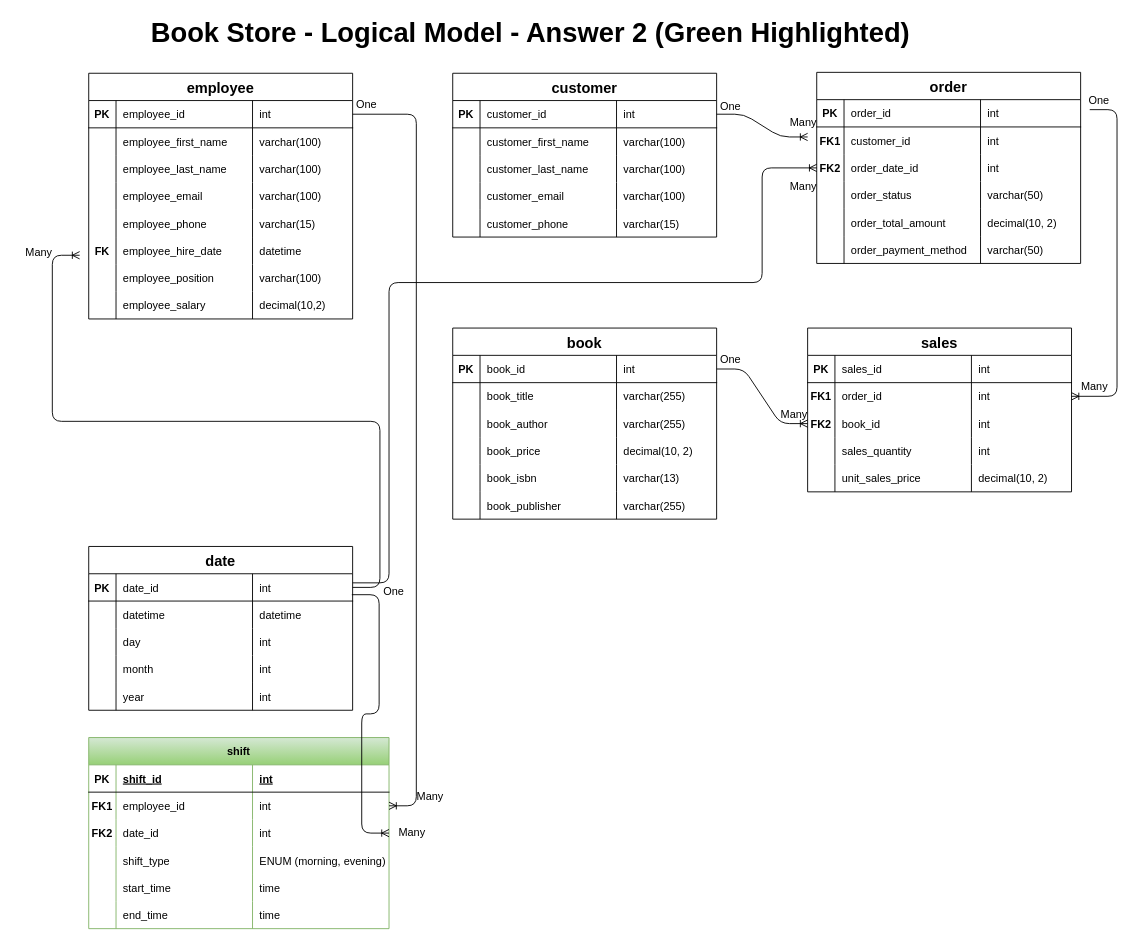
The draw.io diagram 02_activities/assignments/model-design.drawio in mehulptech/sql, before the edit. Source tidied: cells renumbered, new cells numbered last; positions are measured from the earlier drawing's top-left corner, leaving out a move shared by most shapes. Both pictures are drawn from the tidied source at 91%, with x=0, y=0 at pixel (15, 18).
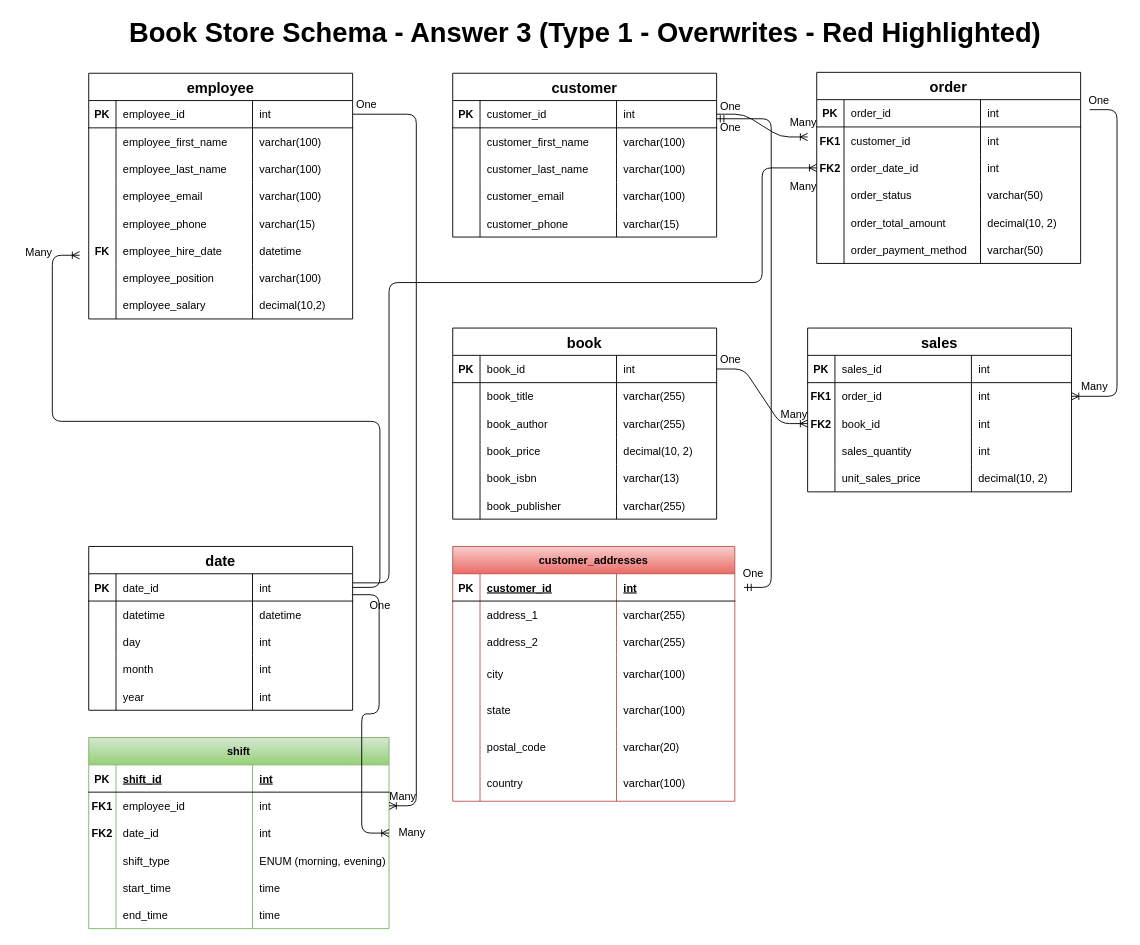
The same page after the edit.

Commit message (it also covers changes not shown here):
Submitting SQL >> Assignment >> Answer 3 >> Type 1

Unchanged cells that the change refers to:
```xml
<mxCell id="152" value="&lt;font style=&quot;font-size: 12px;&quot;&gt;One&lt;/font&gt;" style="text;html=1;align=center;verticalAlign=middle;points=[];strokeColor=none;fillColor=none;fontSize=16;" parent="3" vertex="1">
  <mxGeometry x="760" y="80" width="50" height="30" as="geometry" />
</mxCell>
```

What changed in the source:
```diff
@@
-    <mxCell id="2" value="&lt;font style=&quot;font-size: 30px;&quot;&gt;&lt;b&gt;&amp;nbsp;Book Store - Logical Model - Answer 2 (Green Highlighted)&lt;/b&gt;&lt;/font&gt;" style="text;html=1;strokeColor=none;fillColor=none;align=center;verticalAlign=middle;whiteSpace=wrap;rounded=0;" parent="1" vertex="1">
-      <mxGeometry x="73" width="977" height="30" as="geometry" />
+    <mxCell id="2" value="&lt;font style=&quot;font-size: 30px;&quot;&gt;&lt;b&gt;&amp;nbsp;Book Store Schema - Answer 3 (Type 1 - Overwrites - Red Highlighted)&lt;/b&gt;&lt;/font&gt;" style="text;html=1;strokeColor=none;fillColor=none;align=center;verticalAlign=middle;whiteSpace=wrap;rounded=0;" parent="1" vertex="1">
+      <mxGeometry x="73" width="1097" height="30" as="geometry" />
     </mxCell>
@@
     <mxCell id="189" value="Many" style="text;html=1;align=center;verticalAlign=middle;strokeColor=none;fillColor=none;fontSize=12;" parent="3" vertex="1">
-      <mxGeometry x="430" y="840" width="50" height="30" as="geometry" />
+      <mxGeometry x="400" y="840" width="50" height="30" as="geometry" />
     </mxCell>
@@
     <mxCell id="191" value="One" style="text;html=1;align=center;verticalAlign=middle;strokeColor=none;fillColor=none;fontSize=12;" parent="3" vertex="1">
-      <mxGeometry x="390" y="615" width="50" height="30" as="geometry" />
+      <mxGeometry x="375" y="630" width="50" height="30" as="geometry" />
     </mxCell>
@@
+    <mxCell id="194" value="customer_addresses" style="shape=table;startSize=30;childLayout=tableLayout;rowLines=0;fontStyle=1;align=center;strokeColor=#b85450;fontSize=12;fillColor=#f8cecc;gradientColor=#ea6b66;" parent="3" vertex="1">
+      <mxGeometry x="480" y="580" width="310" height="280" as="geometry" />
+    </mxCell>
+    <mxCell id="195" style="shape=tableRow;horizontal=0;startSize=0;swimlaneHead=0;swimlaneBody=0;fillColor=none;top=0;left=0;right=0;bottom=1;strokeColor=#000000;fontSize=12;" parent="194" vertex="1">
+      <mxGeometry y="30" width="310" height="30" as="geometry" />
+    </mxCell>
+    <mxCell id="196" value="PK" style="shape=partialRectangle;fillColor=none;top=0;left=0;bottom=0;right=0;fontStyle=1;overflow=hidden;strokeColor=#000000;fontSize=12;" parent="195" vertex="1">
+      <mxGeometry width="30" height="30" as="geometry" />
+    </mxCell>
+    <mxCell id="197" value="customer_id" style="shape=partialRectangle;fillColor=none;top=0;left=0;bottom=0;right=0;align=left;spacingLeft=6;fontStyle=5;overflow=hidden;strokeColor=#000000;fontSize=12;" parent="195" vertex="1">
+      <mxGeometry x="30" width="150" height="30" as="geometry" />
+    </mxCell>
+    <mxCell id="198" value="int" style="shape=partialRectangle;fillColor=none;top=0;left=0;bottom=0;right=0;align=left;spacingLeft=6;fontStyle=5;overflow=hidden;strokeColor=#000000;fontSize=12;" parent="195" vertex="1">
+      <mxGeometry x="180" width="130" height="30" as="geometry" />
+    </mxCell>
+    <mxCell id="199" style="shape=tableRow;horizontal=0;startSize=0;swimlaneHead=0;swimlaneBody=0;fillColor=none;top=0;left=0;right=0;bottom=0;strokeColor=#000000;fontSize=12;" parent="194" vertex="1">
+      <mxGeometry y="60" width="310" height="30" as="geometry" />
+    </mxCell>
+    <mxCell id="200" style="shape=partialRectangle;fillColor=none;top=0;left=0;bottom=0;right=0;overflow=hidden;strokeColor=#000000;fontSize=12;" parent="199" vertex="1">
+      <mxGeometry width="30" height="30" as="geometry" />
+    </mxCell>
+    <mxCell id="201" value="address_1" style="shape=partialRectangle;fillColor=none;top=0;left=0;bottom=0;right=0;align=left;spacingLeft=6;overflow=hidden;strokeColor=#000000;fontSize=12;" parent="199" vertex="1">
+      <mxGeometry x="30" width="150" height="30" as="geometry" />
+    </mxCell>
+    <mxCell id="202" value="varchar(255)" style="shape=partialRectangle;fillColor=none;top=0;left=0;bottom=0;right=0;align=left;spacingLeft=6;overflow=hidden;strokeColor=#000000;fontSize=12;" parent="199" vertex="1">
+      <mxGeometry x="180" width="130" height="30" as="geometry" />
+    </mxCell>
+    <mxCell id="203" style="shape=tableRow;horizontal=0;startSize=0;swimlaneHead=0;swimlaneBody=0;fillColor=none;top=0;left=0;right=0;bottom=0;strokeColor=#000000;fontSize=12;" parent="194" vertex="1">
+      <mxGeometry y="90" width="310" height="30" as="geometry" />
+    </mxCell>
+    <mxCell id="204" style="shape=partialRectangle;fillColor=none;top=0;left=0;bottom=0;right=0;overflow=hidden;strokeColor=#000000;fontSize=12;" parent="203" vertex="1">
+      <mxGeometry width="30" height="30" as="geometry" />
+    </mxCell>
+    <mxCell id="205" value="address_2" style="shape=partialRectangle;fillColor=none;top=0;left=0;bottom=0;right=0;align=left;spacingLeft=6;overflow=hidden;strokeColor=#000000;fontSize=12;" parent="203" vertex="1">
+      <mxGeometry x="30" width="150" height="30" as="geometry" />
+    </mxCell>
+    <mxCell id="206" value="varchar(255)" style="shape=partialRectangle;fillColor=none;top=0;left=0;bottom=0;right=0;align=left;spacingLeft=6;overflow=hidden;strokeColor=#000000;fontSize=12;" parent="203" vertex="1">
+      <mxGeometry x="180" width="130" height="30" as="geometry" />
+    </mxCell>
+    <mxCell id="207" style="shape=tableRow;horizontal=0;startSize=0;swimlaneHead=0;swimlaneBody=0;fillColor=none;top=0;left=0;right=0;bottom=0;strokeColor=#000000;fontSize=12;" parent="194" vertex="1">
+      <mxGeometry y="120" width="310" height="40" as="geometry" />
+    </mxCell>
+    <mxCell id="208" style="shape=partialRectangle;fillColor=none;top=0;left=0;bottom=0;right=0;overflow=hidden;strokeColor=#000000;fontSize=12;" parent="207" vertex="1">
+      <mxGeometry width="30" height="40" as="geometry" />
+    </mxCell>
+    <mxCell id="209" value="city" style="shape=partialRectangle;fillColor=none;top=0;left=0;bottom=0;right=0;align=left;spacingLeft=6;overflow=hidden;strokeColor=#000000;fontSize=12;" parent="207" vertex="1">
+      <mxGeometry x="30" width="150" height="40" as="geometry" />
+    </mxCell>
+    <mxCell id="210" value="varchar(100)" style="shape=partialRectangle;fillColor=none;top=0;left=0;bottom=0;right=0;align=left;spacingLeft=6;overflow=hidden;strokeColor=#000000;fontSize=12;" parent="207" vertex="1">
+      <mxGeometry x="180" width="130" height="40" as="geometry" />
+    </mxCell>
+    <mxCell id="211" style="shape=tableRow;horizontal=0;startSize=0;swimlaneHead=0;swimlaneBody=0;fillColor=none;top=0;left=0;right=0;bottom=0;strokeColor=#000000;fontSize=12;" parent="194" vertex="1">
+      <mxGeometry y="160" width="310" height="40" as="geometry" />
+    </mxCell>
+    <mxCell id="212" style="shape=partialRectangle;fillColor=none;top=0;left=0;bottom=0;right=0;overflow=hidden;strokeColor=#000000;fontSize=12;" parent="211" vertex="1">
+      <mxGeometry width="30" height="40" as="geometry" />
+    </mxCell>
+    <mxCell id="213" value="state    " style="shape=partialRectangle;fillColor=none;top=0;left=0;bottom=0;right=0;align=left;spacingLeft=6;overflow=hidden;strokeColor=#000000;fontSize=12;" parent="211" vertex="1">
+      <mxGeometry x="30" width="150" height="40" as="geometry" />
+    </mxCell>
+    <mxCell id="214" value="varchar(100)" style="shape=partialRectangle;fillColor=none;top=0;left=0;bottom=0;right=0;align=left;spacingLeft=6;overflow=hidden;strokeColor=#000000;fontSize=12;" parent="211" vertex="1">
+      <mxGeometry x="180" width="130" height="40" as="geometry" />
+    </mxCell>
+    <mxCell id="215" style="shape=tableRow;horizontal=0;startSize=0;swimlaneHead=0;swimlaneBody=0;fillColor=none;top=0;left=0;right=0;bottom=0;strokeColor=#000000;fontSize=12;" parent="194" vertex="1">
+      <mxGeometry y="200" width="310" height="40" as="geometry" />
+    </mxCell>
+    <mxCell id="216" style="shape=partialRectangle;fillColor=none;top=0;left=0;bottom=0;right=0;overflow=hidden;strokeColor=#000000;fontSize=12;" parent="215" vertex="1">
+      <mxGeometry width="30" height="40" as="geometry" />
+    </mxCell>
+    <mxCell id="217" value="postal_code" style="shape=partialRectangle;fillColor=none;top=0;left=0;bottom=0;right=0;align=left;spacingLeft=6;overflow=hidden;strokeColor=#000000;fontSize=12;" parent="215" vertex="1">
+      <mxGeometry x="30" width="150" height="40" as="geometry" />
+    </mxCell>
+    <mxCell id="218" value="varchar(20)" style="shape=partialRectangle;fillColor=none;top=0;left=0;bottom=0;right=0;align=left;spacingLeft=6;overflow=hidden;strokeColor=#000000;fontSize=12;" parent="215" vertex="1">
+      <mxGeometry x="180" width="130" height="40" as="geometry" />
+    </mxCell>
+    <mxCell id="219" style="shape=tableRow;horizontal=0;startSize=0;swimlaneHead=0;swimlaneBody=0;fillColor=none;top=0;left=0;right=0;bottom=0;strokeColor=#000000;fontSize=12;" parent="194" vertex="1">
+      <mxGeometry y="240" width="310" height="40" as="geometry" />
+    </mxCell>
+    <mxCell id="220" style="shape=partialRectangle;fillColor=none;top=0;left=0;bottom=0;right=0;overflow=hidden;strokeColor=#000000;fontSize=12;" parent="219" vertex="1">
+      <mxGeometry width="30" height="40" as="geometry" />
+    </mxCell>
+    <mxCell id="221" value="country" style="shape=partialRectangle;fillColor=none;top=0;left=0;bottom=0;right=0;align=left;spacingLeft=6;overflow=hidden;strokeColor=#000000;fontSize=12;" parent="219" vertex="1">
+      <mxGeometry x="30" width="150" height="40" as="geometry" />
+    </mxCell>
+    <mxCell id="222" value="varchar(100)" style="shape=partialRectangle;fillColor=none;top=0;left=0;bottom=0;right=0;align=left;spacingLeft=6;overflow=hidden;strokeColor=#000000;fontSize=12;" parent="219" vertex="1">
+      <mxGeometry x="180" width="130" height="40" as="geometry" />
+    </mxCell>
+    <mxCell id="223" style="edgeStyle=entityRelationEdgeStyle;fontSize=12;html=1;endArrow=ERmandOne;startArrow=ERmandOne;rounded=1;entryX=0.2;entryY=1;entryDx=0;entryDy=0;entryPerimeter=0;" parent="3" edge="1" target="152">
+      <mxGeometry relative="1" as="geometry">
+        <mxPoint x="800" y="625" as="sourcePoint" />
+      </mxGeometry>
+    </mxCell>
+    <mxCell id="224" value="One" style="text;html=1;align=center;verticalAlign=middle;strokeColor=none;fillColor=none;fontSize=12;" parent="3" vertex="1">
+      <mxGeometry x="785" y="595" width="50" height="30" as="geometry" />
+    </mxCell>
+    <mxCell id="225" value="One&lt;br&gt;" style="text;html=1;align=center;verticalAlign=middle;strokeColor=none;fillColor=none;fontSize=12;" parent="3" vertex="1">
+      <mxGeometry x="760" y="105" width="50" height="30" as="geometry" />
+    </mxCell>
```
